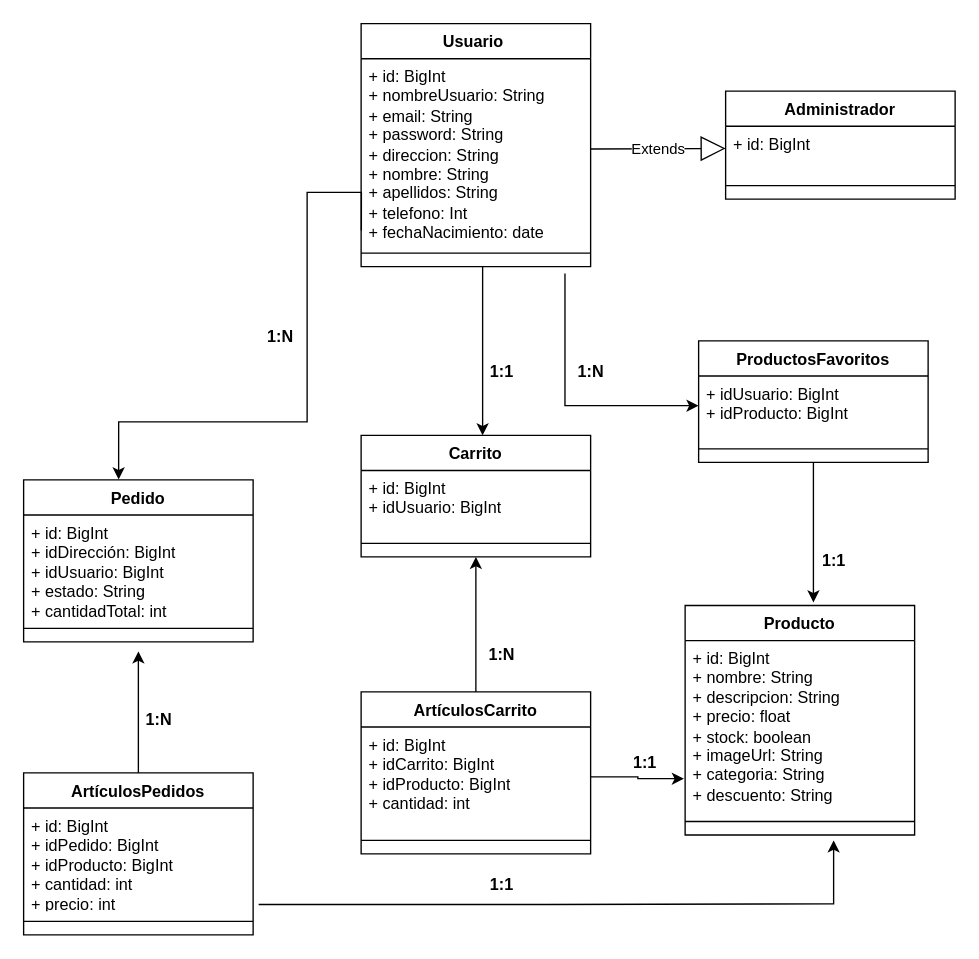
The draw.io diagram UML.drawio in Lunadetorres/ProyectoTAD, before the edit. Source tidied: cells renumbered, new cells numbered last; positions are measured from the earlier drawing's top-left corner, leaving out a move shared by most shapes. Both pictures are drawn from the tidied source at 135%, with x=0, y=0 at pixel (23, 23).
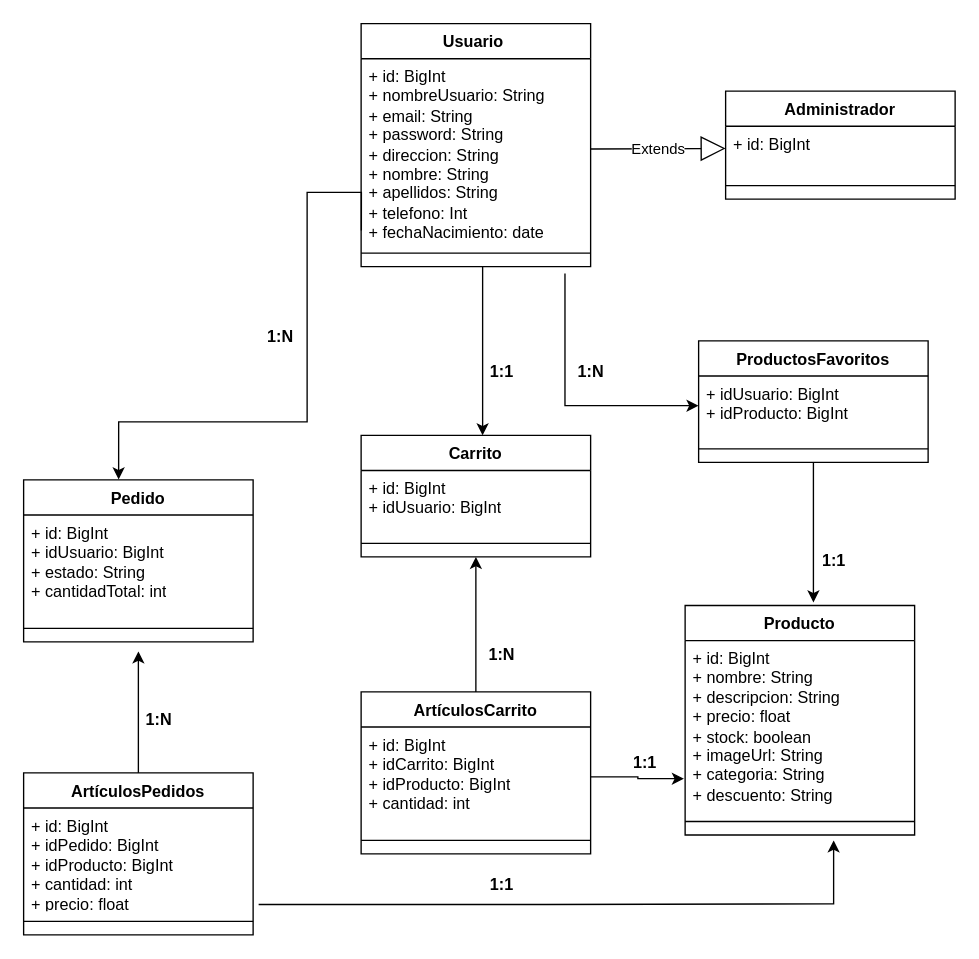
Above is the later version.

Commit message (it also covers changes not shown here):
Corrección de UML y creación de migrates

Unchanged cells that the change refers to:
```xml
<mxCell id="16" value="Pedido" style="swimlane;fontStyle=1;align=center;verticalAlign=top;horizontal=1;startSize=26;whiteSpace=wrap;html=1;" parent="1" vertex="1">
  <mxGeometry y="338" width="170" height="120" as="geometry" />
</mxCell>
<mxCell id="19" value="ArtículosPedidos" style="swimlane;fontStyle=1;align=center;verticalAlign=top;horizontal=1;startSize=26;whiteSpace=wrap;html=1;" parent="1" vertex="1">
  <mxGeometry y="555" width="170" height="120" as="geometry" />
</mxCell>
```

Change to the diagram source:
```diff
@@
-    <mxCell id="17" value="+ id: BigInt&lt;br&gt;+ idDirección: BigInt&lt;br&gt;+ idUsuario: BigInt&lt;br&gt;+ estado: String&lt;br&gt;+ cantidadTotal: int&lt;br&gt;&lt;br&gt;&amp;nbsp;" style="text;strokeColor=none;fillColor=none;align=left;verticalAlign=top;spacingLeft=4;spacingRight=4;overflow=hidden;whiteSpace=wrap;html=1;" parent="16" vertex="1">
+    <mxCell id="17" value="+ id: BigInt&lt;br&gt;+ idUsuario: BigInt&lt;br&gt;+ estado: String&lt;br&gt;+ cantidadTotal: int&lt;br&gt;&lt;br&gt;&amp;nbsp;" style="text;strokeColor=none;fillColor=none;align=left;verticalAlign=top;spacingLeft=4;spacingRight=4;overflow=hidden;whiteSpace=wrap;html=1;" parent="16" vertex="1">
       <mxGeometry y="26" width="170" height="74" as="geometry" />
     </mxCell>
@@
-    <mxCell id="20" value="+ id: BigInt&lt;br&gt;+ idPedido: BigInt&lt;br&gt;+ idProducto: BigInt&lt;br&gt;+ cantidad: int&lt;br&gt;+ precio: int&lt;br&gt;&amp;nbsp;" style="text;strokeColor=none;fillColor=none;align=left;verticalAlign=top;spacingLeft=4;spacingRight=4;overflow=hidden;points=[[0,0.5],[1,0.5]];portConstraint=eastwest;whiteSpace=wrap;html=1;" parent="19" vertex="1">
+    <mxCell id="20" value="+ id: BigInt&lt;br&gt;+ idPedido: BigInt&lt;br&gt;+ idProducto: BigInt&lt;br&gt;+ cantidad: int&lt;br&gt;+ precio: float&lt;br&gt;&amp;nbsp;" style="text;strokeColor=none;fillColor=none;align=left;verticalAlign=top;spacingLeft=4;spacingRight=4;overflow=hidden;points=[[0,0.5],[1,0.5]];portConstraint=eastwest;whiteSpace=wrap;html=1;" parent="19" vertex="1">
       <mxGeometry y="26" width="170" height="74" as="geometry" />
     </mxCell>
```
